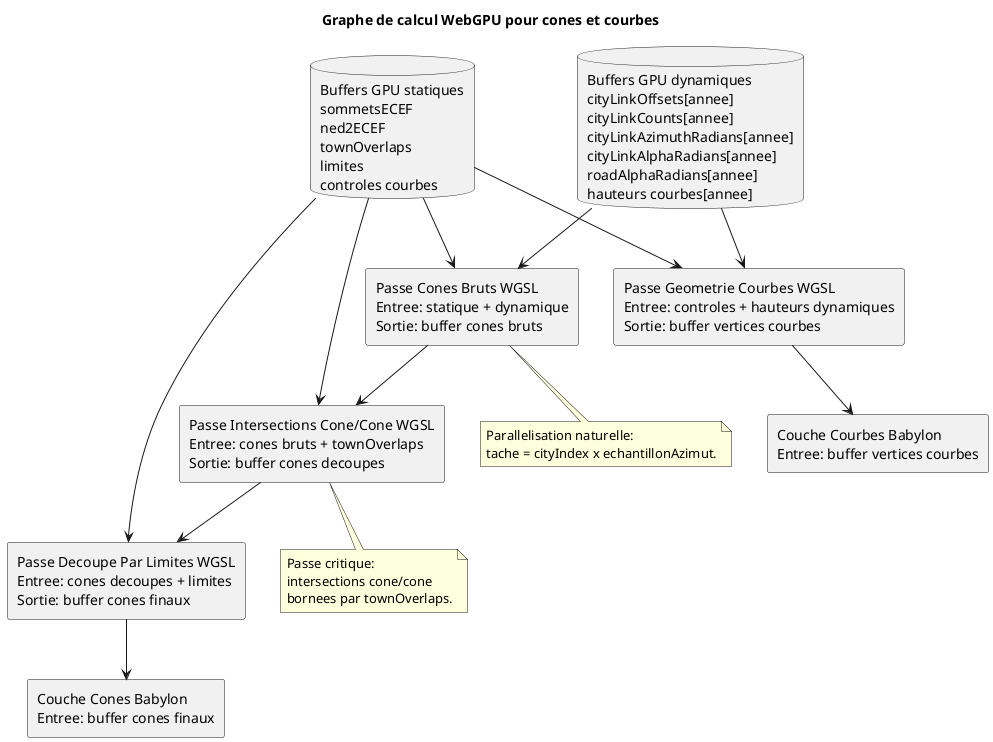
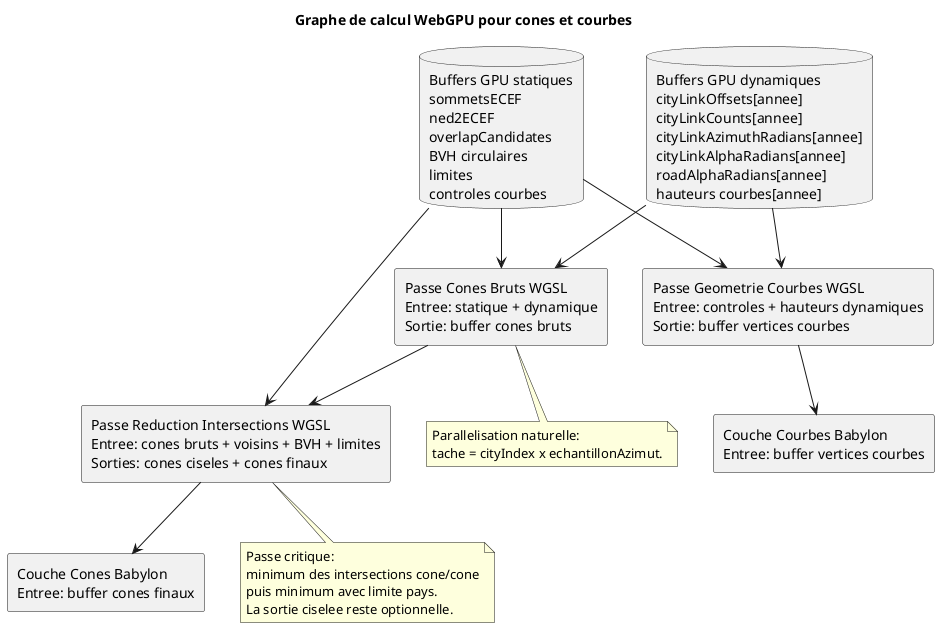
@startuml
title Graphe de calcul WebGPU pour cones et courbes

skinparam componentStyle rectangle

- database "Buffers GPU statiques\nsommetsECEF\nned2ECEF\ntownOverlaps\nlimites\ncontroles courbes" as staticBuffers
+ database "Buffers GPU statiques\nsommetsECEF\nned2ECEF\noverlapCandidates\nBVH circulaires\nlimites\ncontroles courbes" as staticBuffers
database "Buffers GPU dynamiques\ncityLinkOffsets[annee]\ncityLinkCounts[annee]\ncityLinkAzimuthRadians[annee]\ncityLinkAlphaRadians[annee]\nroadAlphaRadians[annee]\nhauteurs courbes[annee]" as dynamicBuffers

component "Passe Cones Bruts WGSL\nEntree: statique + dynamique\nSortie: buffer cones bruts" as raw
- component "Passe Intersections Cone/Cone WGSL\nEntree: cones bruts + townOverlaps\nSortie: buffer cones decoupes" as ciseled
- component "Passe Decoupe Par Limites WGSL\nEntree: cones decoupes + limites\nSortie: buffer cones finaux" as final
+ component "Passe Reduction Intersections WGSL\nEntree: cones bruts + voisins + BVH + limites\nSorties: cones ciseles + cones finaux" as intersect
component "Passe Geometrie Courbes WGSL\nEntree: controles + hauteurs dynamiques\nSortie: buffer vertices courbes" as curve
component "Couche Cones Babylon\nEntree: buffer cones finaux" as coneLayer
component "Couche Courbes Babylon\nEntree: buffer vertices courbes" as curveLayer

staticBuffers --> raw
dynamicBuffers --> raw
- raw --> ciseled
- staticBuffers --> ciseled
- ciseled --> final
- staticBuffers --> final
+ raw --> intersect
+ staticBuffers --> intersect
staticBuffers --> curve
dynamicBuffers --> curve
- final --> coneLayer
+ intersect --> coneLayer
curve --> curveLayer

note bottom of raw
  Parallelisation naturelle:
  tache = cityIndex x echantillonAzimut.
end note

- note bottom of ciseled
+ note bottom of intersect
  Passe critique:
-   intersections cone/cone
-   bornees par townOverlaps.
+   minimum des intersections cone/cone
+   puis minimum avec limite pays.
+   La sortie ciselee reste optionnelle.
end note
@enduml
